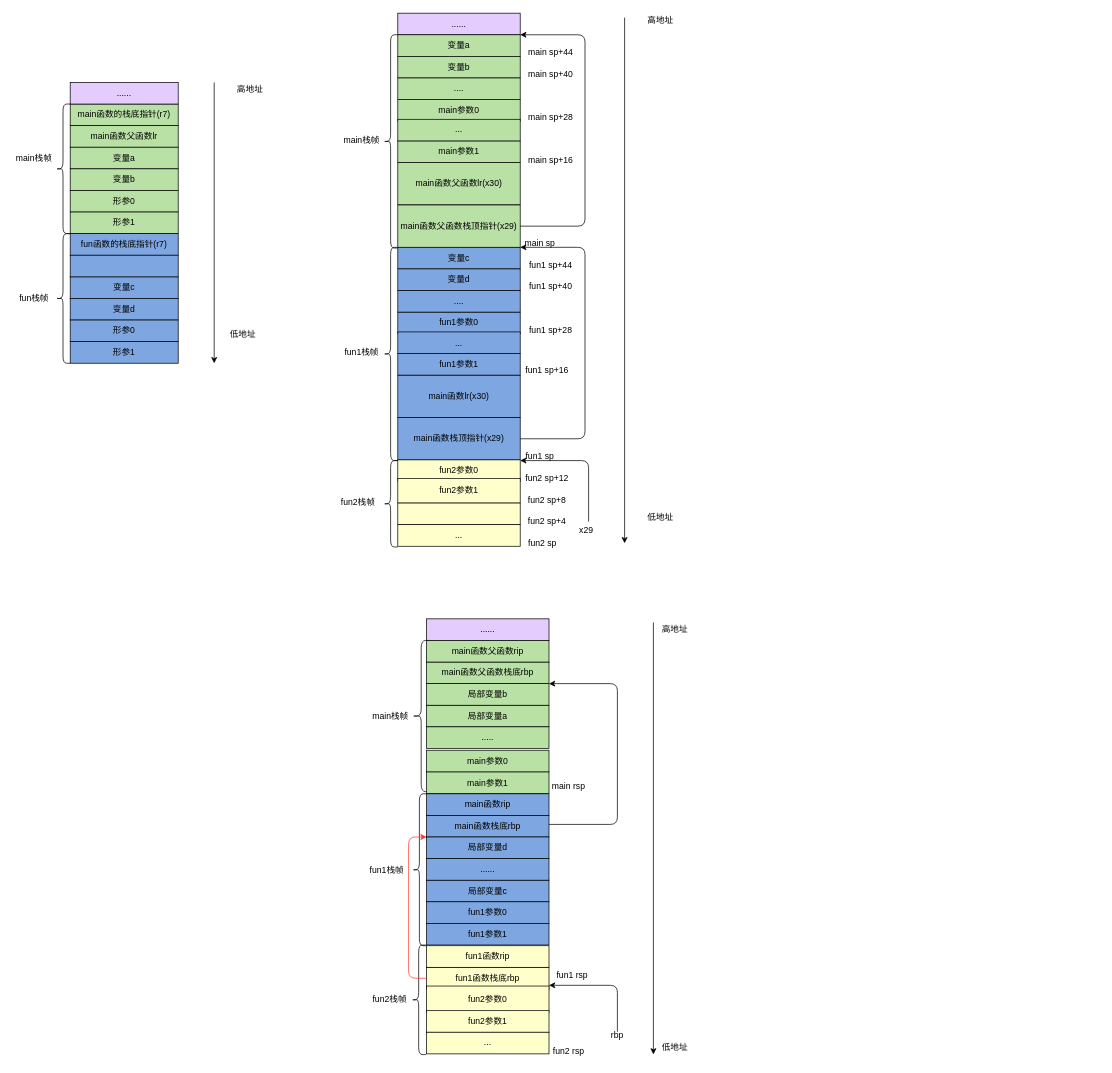
jasonactions/graph keeps this draw.io diagram as function frame.drawio. Above is the earlier version. Source tidied: cells renumbered, new cells numbered last; positions are measured from the earlier drawing's top-left corner, leaving out a move shared by most shapes. Both pictures are drawn from the tidied source at 72%, with x=0, y=0 at pixel (12, 13).
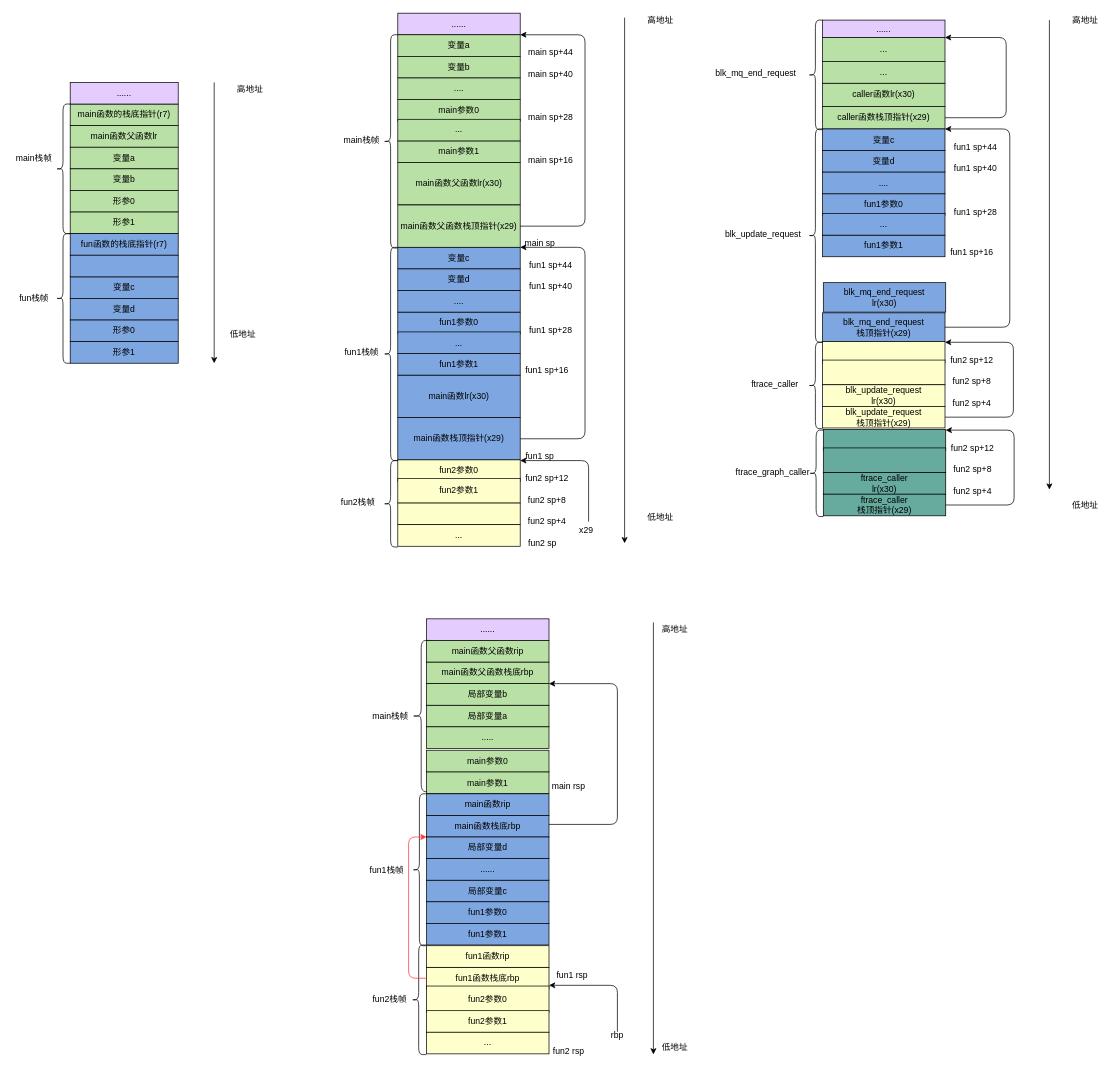
The same diagram, later.

The edit, as a diff of the source:
```diff
@@
+    <mxCell id="106" value="......" style="rounded=0;whiteSpace=wrap;html=1;fillColor=#E5CCFF;" parent="1" vertex="1">
+      <mxGeometry x="1125" y="9.4" width="170" height="24.2" as="geometry" />
+    </mxCell>
+    <mxCell id="107" value="&lt;span&gt;caller函数lr(x30)&lt;/span&gt;" style="rounded=0;whiteSpace=wrap;html=1;fillColor=#B9E0A5;" parent="1" vertex="1">
+      <mxGeometry x="1125" y="97.1" width="170" height="32.2" as="geometry" />
+    </mxCell>
+    <mxCell id="108" value="caller函数栈顶指针(x29)" style="rounded=0;whiteSpace=wrap;html=1;fillColor=#B9E0A5;" parent="1" vertex="1">
+      <mxGeometry x="1125" y="129.4" width="170" height="31.2" as="geometry" />
+    </mxCell>
+    <mxCell id="109" style="endArrow=classic;html=1;" parent="1" edge="1">
+      <mxGeometry relative="1" as="geometry">
+        <mxPoint x="1440" y="9.4" as="sourcePoint" />
+        <mxPoint x="1440" y="661.6" as="targetPoint" />
+      </mxGeometry>
+    </mxCell>
+    <mxCell id="110" value="高地址" style="text;html=1;strokeColor=none;fillColor=none;align=center;verticalAlign=middle;whiteSpace=wrap;rounded=0;" parent="1" vertex="1">
+      <mxGeometry x="1470" y="-0.2" width="40" height="20" as="geometry" />
+    </mxCell>
+    <mxCell id="111" value="低地址" style="text;html=1;strokeColor=none;fillColor=none;align=center;verticalAlign=middle;whiteSpace=wrap;rounded=0;" parent="1" vertex="1">
+      <mxGeometry x="1470" y="672.5" width="40" height="20" as="geometry" />
+    </mxCell>
+    <mxCell id="112" value="blk_mq_end_request" style="text;html=1;strokeColor=none;fillColor=none;align=center;verticalAlign=middle;whiteSpace=wrap;rounded=0;" parent="1" vertex="1">
+      <mxGeometry x="970" y="74.4" width="125" height="20" as="geometry" />
+    </mxCell>
+    <mxCell id="113" style="shape=curlyBracket;whiteSpace=wrap;html=1;rounded=1;fillColor=#7EA6E0;" parent="1" vertex="1">
+      <mxGeometry x="1105" y="9.4" width="20" height="152.2" as="geometry" />
+    </mxCell>
+    <mxCell id="114" value="..." style="rounded=0;whiteSpace=wrap;html=1;fillColor=#B9E0A5;" parent="1" vertex="1">
+      <mxGeometry x="1125" y="67.1" width="170" height="30" as="geometry" />
+    </mxCell>
+    <mxCell id="115" value="..." style="rounded=0;whiteSpace=wrap;html=1;fillColor=#B9E0A5;" parent="1" vertex="1">
+      <mxGeometry x="1125" y="33.6" width="170" height="33.5" as="geometry" />
+    </mxCell>
+    <mxCell id="116" style="edgeStyle=elbowEdgeStyle;elbow=horizontal;endArrow=classic;html=1;exitX=1;exitY=0.5;exitDx=0;exitDy=0;entryX=1;entryY=0;entryDx=0;entryDy=0;" parent="1" edge="1" source="108" target="115">
+      <mxGeometry relative="1" as="geometry">
+        <Array as="points">
+          <mxPoint x="1380" y="-0.6" />
+          <mxPoint x="1385" y="-17.1" />
+        </Array>
+      </mxGeometry>
+    </mxCell>
+    <mxCell id="117" value="fun1参数0" style="rounded=0;whiteSpace=wrap;html=1;fillColor=#7EA6E0;" parent="1" vertex="1">
+      <mxGeometry x="1125" y="250.6" width="170" height="30" as="geometry" />
+    </mxCell>
+    <mxCell id="118" value="blk_mq_end_request&lt;span&gt;&lt;br&gt;lr(x30)&lt;/span&gt;" style="rounded=0;whiteSpace=wrap;html=1;fillColor=#7EA6E0;" parent="1" vertex="1">
+      <mxGeometry x="1126" y="374.1" width="170" height="40.9" as="geometry" />
+    </mxCell>
+    <mxCell id="119" value="blk_mq_end_request&lt;br&gt;栈顶指针(x29)" style="rounded=0;whiteSpace=wrap;html=1;fillColor=#7EA6E0;" parent="1" vertex="1">
+      <mxGeometry x="1125" y="416" width="170" height="39.9" as="geometry" />
+    </mxCell>
+    <mxCell id="120" value="blk_update_request" style="text;html=1;strokeColor=none;fillColor=none;align=center;verticalAlign=middle;whiteSpace=wrap;rounded=0;" parent="1" vertex="1">
+      <mxGeometry x="980" y="296.9" width="125" height="20" as="geometry" />
+    </mxCell>
+    <mxCell id="121" style="shape=curlyBracket;whiteSpace=wrap;html=1;rounded=1;fillColor=#7EA6E0;" parent="1" vertex="1">
+      <mxGeometry x="1105" y="160.6" width="20" height="296.2" as="geometry" />
+    </mxCell>
+    <mxCell id="122" value="fun1 sp+28" style="text;html=1;strokeColor=none;fillColor=none;align=center;verticalAlign=middle;whiteSpace=wrap;rounded=0;" parent="1" vertex="1">
+      <mxGeometry x="1305" y="265.6" width="65" height="20" as="geometry" />
+    </mxCell>
+    <mxCell id="123" value="fun1参数1" style="rounded=0;whiteSpace=wrap;html=1;fillColor=#7EA6E0;" parent="1" vertex="1">
+      <mxGeometry x="1125" y="308.1" width="170" height="30" as="geometry" />
+    </mxCell>
+    <mxCell id="124" value="fun1 sp+16" style="text;html=1;strokeColor=none;fillColor=none;align=center;verticalAlign=middle;whiteSpace=wrap;rounded=0;" parent="1" vertex="1">
+      <mxGeometry x="1295" y="321.6" width="75" height="20" as="geometry" />
+    </mxCell>
+    <mxCell id="125" value="..." style="rounded=0;whiteSpace=wrap;html=1;fillColor=#7EA6E0;" parent="1" vertex="1">
+      <mxGeometry x="1125" y="278.1" width="170" height="30" as="geometry" />
+    </mxCell>
+    <mxCell id="126" value="变量c" style="rounded=0;whiteSpace=wrap;html=1;fillColor=#7EA6E0;" parent="1" vertex="1">
+      <mxGeometry x="1125" y="160.6" width="170" height="30" as="geometry" />
+    </mxCell>
+    <mxCell id="127" value="fun1 sp+44" style="text;html=1;strokeColor=none;fillColor=none;align=center;verticalAlign=middle;whiteSpace=wrap;rounded=0;" parent="1" vertex="1">
+      <mxGeometry x="1305" y="175.6" width="65" height="20" as="geometry" />
+    </mxCell>
+    <mxCell id="128" value="变量d" style="rounded=0;whiteSpace=wrap;html=1;fillColor=#7EA6E0;" parent="1" vertex="1">
+      <mxGeometry x="1125" y="190.6" width="170" height="30" as="geometry" />
+    </mxCell>
+    <mxCell id="129" value="fun1 sp+40" style="text;html=1;strokeColor=none;fillColor=none;align=center;verticalAlign=middle;whiteSpace=wrap;rounded=0;" parent="1" vertex="1">
+      <mxGeometry x="1305" y="205.6" width="65" height="20" as="geometry" />
+    </mxCell>
+    <mxCell id="130" value="...." style="rounded=0;whiteSpace=wrap;html=1;fillColor=#7EA6E0;" parent="1" vertex="1">
+      <mxGeometry x="1125" y="220.6" width="170" height="30" as="geometry" />
+    </mxCell>
+    <mxCell id="131" style="edgeStyle=elbowEdgeStyle;elbow=horizontal;endArrow=classic;html=1;entryX=1;entryY=0;entryDx=0;entryDy=0;exitX=1;exitY=0.5;exitDx=0;exitDy=0;" parent="1" edge="1" source="119" target="126">
+      <mxGeometry relative="1" as="geometry">
+        <Array as="points">
+          <mxPoint x="1385" y="278.1" />
+        </Array>
+      </mxGeometry>
+    </mxCell>
+    <mxCell id="132" style="rounded=0;whiteSpace=wrap;html=1;fillColor=#FFFFCC;" parent="1" vertex="1">
+      <mxGeometry x="1125" y="455.9" width="170" height="30" as="geometry" />
+    </mxCell>
+    <mxCell id="133" style="rounded=0;whiteSpace=wrap;html=1;fillColor=#FFFFCC;" parent="1" vertex="1">
+      <mxGeometry x="1125" y="481.6" width="170" height="34.2" as="geometry" />
+    </mxCell>
+    <mxCell id="134" value="&lt;span&gt;blk_update_request&lt;/span&gt;&lt;span&gt;&lt;br&gt;lr(x30)&lt;/span&gt;" style="rounded=0;whiteSpace=wrap;html=1;fillColor=#FFFFCC;" parent="1" vertex="1">
+      <mxGeometry x="1125" y="515.9" width="170" height="30" as="geometry" />
+    </mxCell>
+    <mxCell id="135" value="blk_update_request&lt;br&gt;栈顶指针(x29)" style="rounded=0;whiteSpace=wrap;html=1;fillColor=#FFFFCC;" parent="1" vertex="1">
+      <mxGeometry x="1125" y="545.9" width="170" height="30" as="geometry" />
+    </mxCell>
+    <mxCell id="136" value="fun2 sp+12" style="text;html=1;strokeColor=none;fillColor=none;align=center;verticalAlign=middle;whiteSpace=wrap;rounded=0;" parent="1" vertex="1">
+      <mxGeometry x="1295" y="471.6" width="75" height="20" as="geometry" />
+    </mxCell>
+    <mxCell id="137" value="fun2 sp+8" style="text;html=1;strokeColor=none;fillColor=none;align=center;verticalAlign=middle;whiteSpace=wrap;rounded=0;" parent="1" vertex="1">
+      <mxGeometry x="1295" y="501.6" width="75" height="20" as="geometry" />
+    </mxCell>
+    <mxCell id="138" value="fun2 sp+4" style="text;html=1;strokeColor=none;fillColor=none;align=center;verticalAlign=middle;whiteSpace=wrap;rounded=0;" parent="1" vertex="1">
+      <mxGeometry x="1295" y="531.6" width="75" height="20" as="geometry" />
+    </mxCell>
+    <mxCell id="139" style="shape=curlyBracket;whiteSpace=wrap;html=1;rounded=1;fillColor=#FFFFCC;" parent="1" vertex="1">
+      <mxGeometry x="1105" y="456.9" width="20" height="120" as="geometry" />
+    </mxCell>
+    <mxCell id="140" value="ftrace_caller" style="text;html=1;strokeColor=none;fillColor=none;align=center;verticalAlign=middle;whiteSpace=wrap;rounded=0;" parent="1" vertex="1">
+      <mxGeometry x="1014" y="505.9" width="90" height="20" as="geometry" />
+    </mxCell>
+    <mxCell id="141" style="edgeStyle=elbowEdgeStyle;elbow=horizontal;endArrow=classic;html=1;entryX=0;entryY=0.75;entryDx=0;entryDy=0;exitX=1;exitY=0.5;exitDx=0;exitDy=0;" parent="1" edge="1" source="135">
+      <mxGeometry relative="1" as="geometry">
+        <mxPoint x="1295" y="456.9" as="targetPoint" />
+        <Array as="points">
+          <mxPoint x="1390" y="491.6" />
+        </Array>
+      </mxGeometry>
+    </mxCell>
+    <mxCell id="142" style="rounded=0;whiteSpace=wrap;html=1;fillColor=#67AB9F;" parent="1" vertex="1">
+      <mxGeometry x="1126" y="577.9" width="170" height="30" as="geometry" />
+    </mxCell>
+    <mxCell id="143" style="rounded=0;whiteSpace=wrap;html=1;fillColor=#67AB9F;" parent="1" vertex="1">
+      <mxGeometry x="1126" y="603.6" width="170" height="34.2" as="geometry" />
+    </mxCell>
+    <mxCell id="144" value="ftrace_caller&lt;span&gt;&lt;br&gt;lr(x30)&lt;/span&gt;" style="rounded=0;whiteSpace=wrap;html=1;fillColor=#67AB9F;" parent="1" vertex="1">
+      <mxGeometry x="1126" y="637.9" width="170" height="30" as="geometry" />
+    </mxCell>
+    <mxCell id="145" value="ftrace_caller&lt;br&gt;栈顶指针(x29)" style="rounded=0;whiteSpace=wrap;html=1;fillColor=#67AB9F;" parent="1" vertex="1">
+      <mxGeometry x="1126" y="667.9" width="170" height="30" as="geometry" />
+    </mxCell>
+    <mxCell id="146" value="fun2 sp+12" style="text;html=1;strokeColor=none;fillColor=none;align=center;verticalAlign=middle;whiteSpace=wrap;rounded=0;" parent="1" vertex="1">
+      <mxGeometry x="1296" y="593.6" width="75" height="20" as="geometry" />
+    </mxCell>
+    <mxCell id="147" value="fun2 sp+8" style="text;html=1;strokeColor=none;fillColor=none;align=center;verticalAlign=middle;whiteSpace=wrap;rounded=0;" parent="1" vertex="1">
+      <mxGeometry x="1296" y="623.6" width="75" height="20" as="geometry" />
+    </mxCell>
+    <mxCell id="148" value="fun2 sp+4" style="text;html=1;strokeColor=none;fillColor=none;align=center;verticalAlign=middle;whiteSpace=wrap;rounded=0;" parent="1" vertex="1">
+      <mxGeometry x="1296" y="653.6" width="75" height="20" as="geometry" />
+    </mxCell>
+    <mxCell id="149" style="shape=curlyBracket;whiteSpace=wrap;html=1;rounded=1;fillColor=#FFFFCC;" parent="1" vertex="1">
+      <mxGeometry x="1106" y="578.9" width="20" height="120" as="geometry" />
+    </mxCell>
+    <mxCell id="150" value="ftrace_graph_caller" style="text;html=1;strokeColor=none;fillColor=none;align=center;verticalAlign=middle;whiteSpace=wrap;rounded=0;" parent="1" vertex="1">
+      <mxGeometry x="1011" y="627.9" width="90" height="20" as="geometry" />
+    </mxCell>
+    <mxCell id="151" style="edgeStyle=elbowEdgeStyle;elbow=horizontal;endArrow=classic;html=1;entryX=0;entryY=0.75;entryDx=0;entryDy=0;exitX=1;exitY=0.5;exitDx=0;exitDy=0;" parent="1" edge="1" source="145">
+      <mxGeometry relative="1" as="geometry">
+        <mxPoint x="1296" y="578.9" as="targetPoint" />
+        <Array as="points">
+          <mxPoint x="1391" y="613.6" />
+        </Array>
+      </mxGeometry>
+    </mxCell>
```
